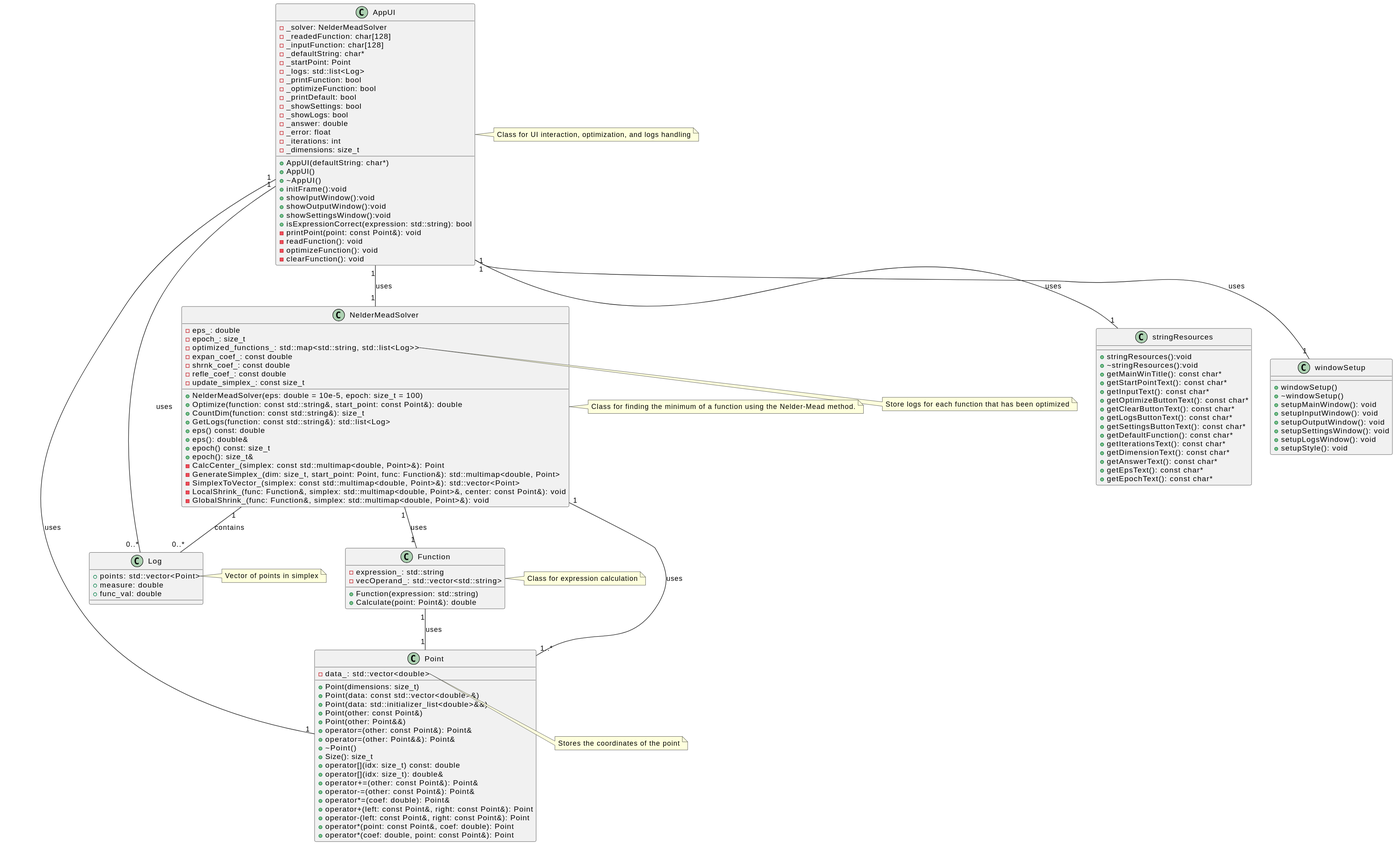
The PlantUML diagram UMLDiagram.svg in Golubeff-RA/Nelder-mead-optimization, before a commit.
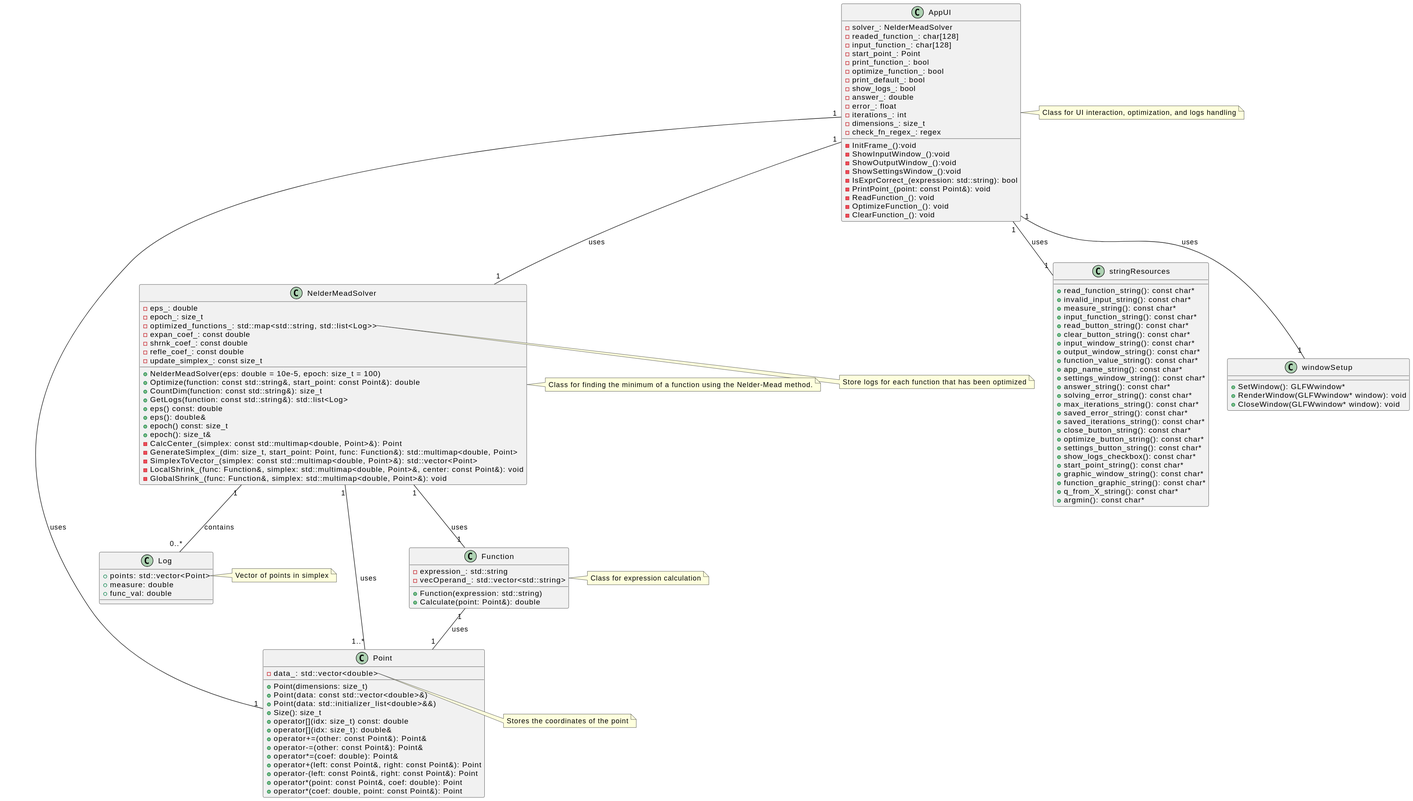
The same file after the commit.

What changed in the source:
```diff
@@ -4,11 +4,6 @@
   + Point(dimensions: size_t)
   + Point(data: const std::vector<double>&)
   + Point(data: std::initializer_list<double>&&)
-  + Point(other: const Point&)
-  + Point(other: Point&&)
-  + operator=(other: const Point&): Point&
-  + operator=(other: Point&&): Point&
-  + ~Point()
   + Size(): size_t
   + operator[](idx: size_t) const: double
   + operator[](idx: size_t): double&
@@ -57,65 +52,69 @@
   - GlobalShrink_(func: Function&, simplex: std::multimap<double, Point>&): void
 }
 
+class AppUI {
+  -solver_: NelderMeadSolver
+  -readed_function_: char[128]
+  -input_function_: char[128]
+  -start_point_: Point
+  -print_function_: bool
+  -optimize_function_: bool
+  -print_default_: bool
+  -show_logs_: bool
+  -answer_: double
+  -error_: float
+  -iterations_: int
+  -dimensions_: size_t
+  -check_fn_regex_: regex
+
+
+  -InitFrame_():void
+  -ShowInputWindow_():void
+  -ShowOutputWindow_():void
+  -ShowSettingsWindow_():void
+  -IsExprCorrect_(expression: std::string): bool
+  -PrintPoint_(point: const Point&): void
+  -ReadFunction_(): void
+  -OptimizeFunction_(): void
+  -ClearFunction_(): void
+}
+
 class stringResources{
-+stringResources():void
-+~stringResources():void
-+getMainWinTitle(): const char*
-+getStartPointText(): const char*
-+getInputText(): const char*
-+getOptimizeButtonText(): const char*
-+getClearButtonText(): const char*
-+getLogsButtonText(): const char*
-+getSettingsButtonText(): const char*
-+getDefaultFunction(): const char*
-+getIterationsText(): const char*
-+getDimensionText(): const char*
-+getAnswerText(): const char*
-+getEpsText(): const char*
-+getEpochText(): const char*
++read_function_string(): const char*
++invalid_input_string(): const char*
++measure_string(): const char*
++input_function_string(): const char*
++read_button_string(): const char*
++clear_button_string(): const char*
++input_window_string(): const char*
++output_window_string(): const char*
++function_value_string(): const char*
++app_name_string(): const char*
++settings_window_string(): const char*
++answer_string(): const char*
++solving_error_string(): const char*
++max_iterations_string(): const char*
++saved_error_string(): const char*
++saved_iterations_string(): const char*
++close_button_string(): const char*
++optimize_button_string(): const char*
++settings_button_string(): const char*
++show_logs_checkbox(): const char*
++start_point_string(): const char*
++graphic_window_string(): const char*
++function_graphic_string(): const char*
++q_from_X_string(): const char*
++argmin(): const char*
 }
 
 class windowSetup {
-  +windowSetup()
-  +~windowSetup()
-  +setupMainWindow(): void
-  +setupInputWindow(): void
-  +setupOutputWindow(): void
-  +setupSettingsWindow(): void
-  +setupLogsWindow(): void
-  +setupStyle(): void
+  +SetWindow(): GLFWwindow*
+  +RenderWindow(GLFWwindow* window): void
+  +CloseWindow(GLFWwindow* window): void
 }
 
-class AppUI {
-  -_solver: NelderMeadSolver
-  -_readedFunction: char[128]
-  -_inputFunction: char[128]
-  -_defaultString: char*
-  -_startPoint: Point
-  -_logs: std::list<Log>
-  -_printFunction: bool
-  -_optimizeFunction: bool
-  -_printDefault: bool
-  -_showSettings: bool
-  -_showLogs: bool
-  -_answer: double
-  -_error: float
-  -_iterations: int
-  -_dimensions: size_t
-
-  +AppUI(defaultString: char*)
-  +AppUI()
-  +~AppUI()
-  +initFrame():void
-  +showIputWindow():void
-  +showOutputWindow():void
-  +showSettingsWindow():void
-  +isExpressionCorrect(expression: std::string): bool
-  -printPoint(point: const Point&): void
-  -readFunction(): void
-  -optimizeFunction(): void
-  -clearFunction(): void
-}
+AppUI "1" -- "1" stringResources: uses
+AppUI "1" -- "1" windowSetup: uses
 
 NelderMeadSolver "1" -- "0..*" Log : contains
 NelderMeadSolver "1" -- "1" Function : uses
@@ -123,13 +122,11 @@
 Function "1" -- "1" Point : uses
 AppUI "1" -- "1" NelderMeadSolver: uses
 AppUI "1" -- "1" Point: uses
-AppUI "1" -- "0..*" Log: uses
-AppUI "1" -- "1" stringResources: uses
-AppUI "1" -- "1" windowSetup: uses
 
 note right of Log::points
     Vector of points in simplex
 end note
+
 
 note right of Point::data_
     Stores the coordinates of the point
```
